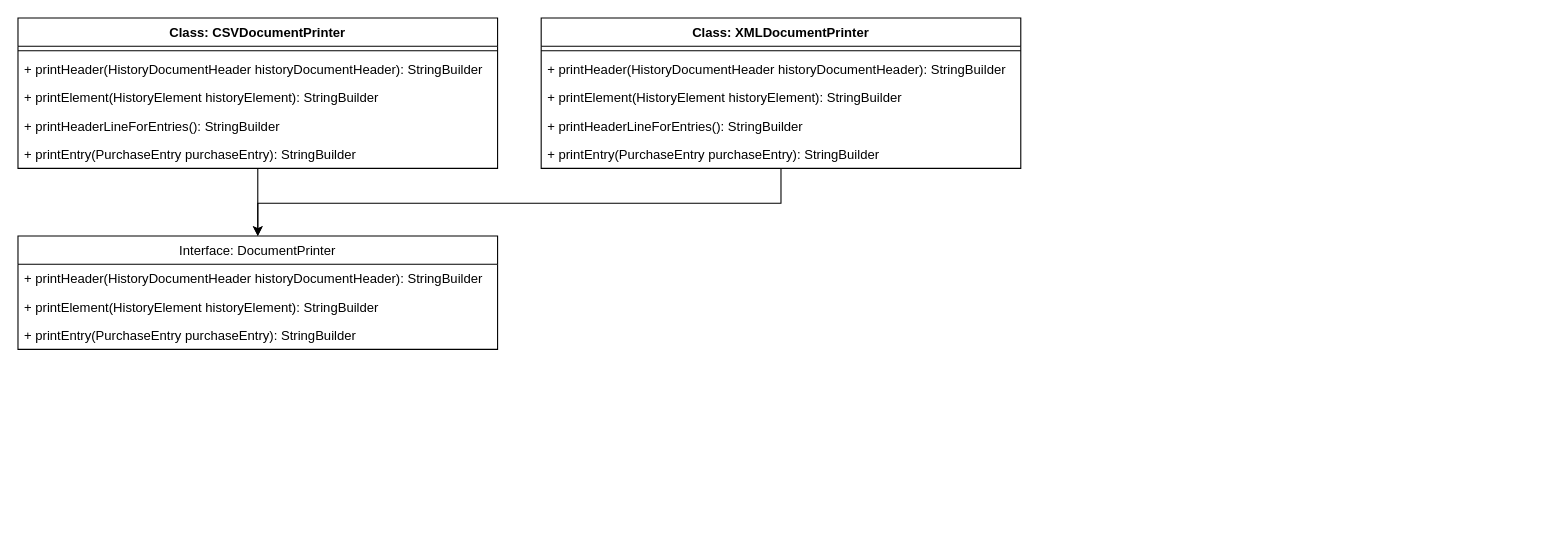
This is page "OCP-1" (4 of 15) of file/ASE_Diagramme.drawio from Nilsksk/Costtracker, a draw.io file, before an edit. Source tidied: cells renumbered, new cells numbered last; positions are measured from the earlier drawing's top-left corner, leaving out a move shared by most shapes. Both pictures are drawn from the tidied source at 109%, with x=0, y=0 at pixel (17, 17).
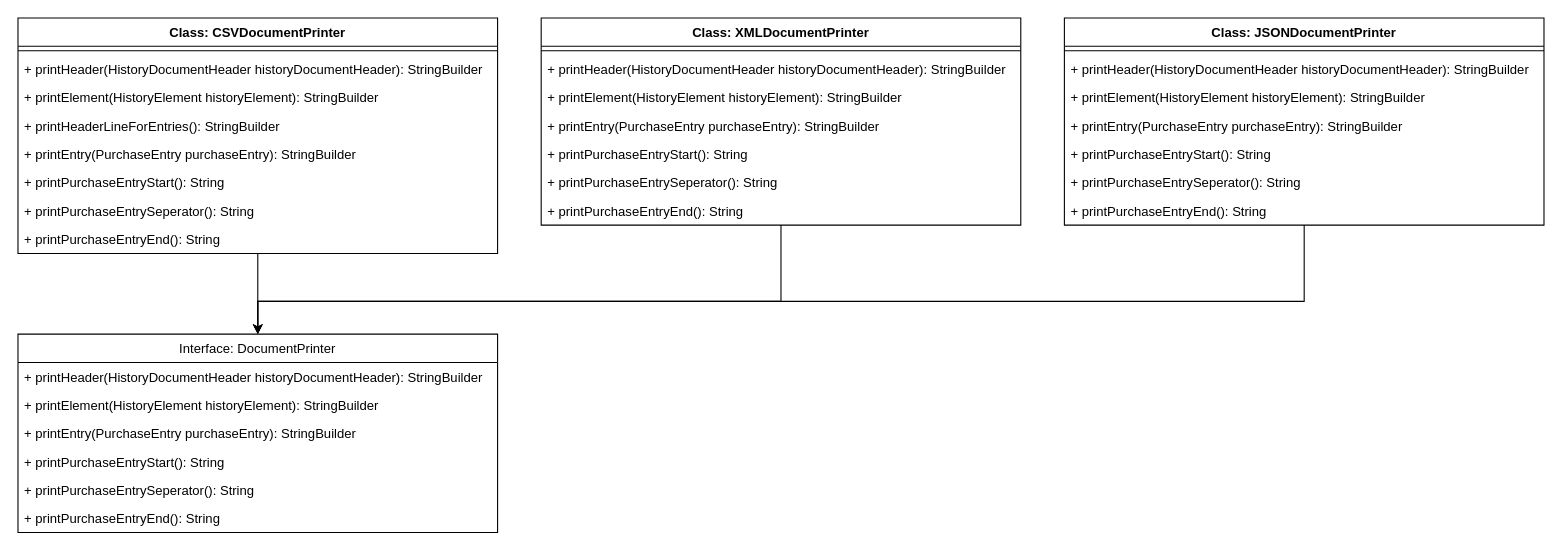
The same diagram, later.

The edit, as a diff of the source:
```diff
@@
     <mxCell id="3" value="Class: CSVDocumentPrinter" style="swimlane;fontStyle=1;align=center;verticalAlign=top;horizontal=1;startSize=26;" parent="1" vertex="1">
-      <mxGeometry width="440" height="138" as="geometry" />
+      <mxGeometry width="440" height="216" as="geometry" />
     </mxCell>
@@
+    <mxCell id="20" value="+ printPurchaseEntryStart(): String" style="text;strokeColor=none;fillColor=none;align=left;verticalAlign=top;spacingLeft=4;spacingRight=4;overflow=hidden;" parent="3" vertex="1">
+      <mxGeometry y="138" width="440" height="26" as="geometry" />
+    </mxCell>
+    <mxCell id="21" value="+ printPurchaseEntrySeperator(): String" style="text;strokeColor=none;fillColor=none;align=left;verticalAlign=top;spacingLeft=4;spacingRight=4;overflow=hidden;" parent="3" vertex="1">
+      <mxGeometry y="164" width="440" height="26" as="geometry" />
+    </mxCell>
+    <mxCell id="22" value="+ printPurchaseEntryEnd(): String" style="text;strokeColor=none;fillColor=none;align=left;verticalAlign=top;spacingLeft=4;spacingRight=4;overflow=hidden;" parent="3" vertex="1">
+      <mxGeometry y="190" width="440" height="26" as="geometry" />
+    </mxCell>
     <mxCell id="9" value="Interface: DocumentPrinter" style="swimlane;fontStyle=0;horizontal=1;startSize=26;fillColor=none;" parent="1" vertex="1">
-      <mxGeometry y="200" width="440" height="104" as="geometry" />
+      <mxGeometry y="290" width="440" height="182" as="geometry" />
     </mxCell>
@@
+    <mxCell id="23" value="+ printPurchaseEntryStart(): String" style="text;strokeColor=none;fillColor=none;align=left;verticalAlign=top;spacingLeft=4;spacingRight=4;overflow=hidden;" parent="9" vertex="1">
+      <mxGeometry y="104" width="440" height="26" as="geometry" />
+    </mxCell>
+    <mxCell id="24" value="+ printPurchaseEntrySeperator(): String" style="text;strokeColor=none;fillColor=none;align=left;verticalAlign=top;spacingLeft=4;spacingRight=4;overflow=hidden;" parent="9" vertex="1">
+      <mxGeometry y="130" width="440" height="26" as="geometry" />
+    </mxCell>
+    <mxCell id="25" value="+ printPurchaseEntryEnd(): String" style="text;strokeColor=none;fillColor=none;align=left;verticalAlign=top;spacingLeft=4;spacingRight=4;overflow=hidden;" parent="9" vertex="1">
+      <mxGeometry y="156" width="440" height="26" as="geometry" />
+    </mxCell>
     <mxCell id="13" style="edgeStyle=orthogonalEdgeStyle;rounded=0;jettySize=auto;html=1;entryX=0.5;entryY=0;entryDx=0;entryDy=0;" parent="1" edge="1" source="14" target="9">
       <mxGeometry relative="1" as="geometry">
         <Array as="points">
-          <mxPoint x="700" y="170" />
-          <mxPoint x="220" y="170" />
+          <mxPoint x="700" y="260" />
+          <mxPoint x="220" y="260" />
         </Array>
       </mxGeometry>
     </mxCell>
     <mxCell id="14" value="Class: XMLDocumentPrinter" style="swimlane;fontStyle=1;align=center;verticalAlign=top;horizontal=1;startSize=26;" parent="1" vertex="1">
-      <mxGeometry x="480" width="440" height="138" as="geometry" />
+      <mxGeometry x="480" width="440" height="190" as="geometry" />
     </mxCell>
@@
-    <mxCell id="18" value="+ printHeaderLineForEntries(): StringBuilder" style="text;strokeColor=none;fillColor=none;align=left;verticalAlign=top;spacingLeft=4;spacingRight=4;overflow=hidden;" parent="14" vertex="1">
-      <mxGeometry y="86" width="440" height="26" as="geometry" />
-    </mxCell>
     <mxCell id="19" value="+ printEntry(PurchaseEntry purchaseEntry): StringBuilder" style="text;strokeColor=none;fillColor=none;align=left;verticalAlign=top;spacingLeft=4;spacingRight=4;overflow=hidden;" parent="14" vertex="1">
-      <mxGeometry y="112" width="440" height="26" as="geometry" />
+      <mxGeometry y="86" width="440" height="26" as="geometry" />
     </mxCell>
+    <mxCell id="26" value="+ printPurchaseEntryStart(): String" style="text;strokeColor=none;fillColor=none;align=left;verticalAlign=top;spacingLeft=4;spacingRight=4;overflow=hidden;" parent="14" vertex="1">
+      <mxGeometry y="112" width="440" height="26" as="geometry" />
+    </mxCell>
+    <mxCell id="27" value="+ printPurchaseEntrySeperator(): String" style="text;strokeColor=none;fillColor=none;align=left;verticalAlign=top;spacingLeft=4;spacingRight=4;overflow=hidden;" parent="14" vertex="1">
+      <mxGeometry y="138" width="440" height="26" as="geometry" />
+    </mxCell>
+    <mxCell id="28" value="+ printPurchaseEntryEnd(): String" style="text;strokeColor=none;fillColor=none;align=left;verticalAlign=top;spacingLeft=4;spacingRight=4;overflow=hidden;" parent="14" vertex="1">
+      <mxGeometry y="164" width="440" height="26" as="geometry" />
+    </mxCell>
+    <mxCell id="29" style="edgeStyle=orthogonalEdgeStyle;rounded=0;jettySize=auto;html=1;entryX=0.5;entryY=0;entryDx=0;entryDy=0;" parent="1" edge="1" source="30" target="9">
+      <mxGeometry relative="1" as="geometry">
+        <Array as="points">
+          <mxPoint x="1180" y="260" />
+          <mxPoint x="220" y="260" />
+        </Array>
+      </mxGeometry>
+    </mxCell>
+    <mxCell id="30" value="Class: JSONDocumentPrinter" style="swimlane;fontStyle=1;align=center;verticalAlign=top;horizontal=1;startSize=26;" parent="1" vertex="1">
+      <mxGeometry x="960" width="440" height="190" as="geometry" />
+    </mxCell>
+    <mxCell id="31" style="line;strokeWidth=1;fillColor=none;align=left;verticalAlign=middle;spacingTop=-1;spacingLeft=3;spacingRight=3;labelPosition=right;" parent="30" vertex="1">
+      <mxGeometry y="26" width="440" height="8" as="geometry" />
+    </mxCell>
+    <mxCell id="32" value="+ printHeader(HistoryDocumentHeader historyDocumentHeader): StringBuilder" style="text;strokeColor=none;fillColor=none;align=left;verticalAlign=top;spacingLeft=4;spacingRight=4;overflow=hidden;" parent="30" vertex="1">
+      <mxGeometry y="34" width="440" height="26" as="geometry" />
+    </mxCell>
+    <mxCell id="33" value="+ printElement(HistoryElement historyElement): StringBuilder" style="text;strokeColor=none;fillColor=none;align=left;verticalAlign=top;spacingLeft=4;spacingRight=4;overflow=hidden;" parent="30" vertex="1">
+      <mxGeometry y="60" width="440" height="26" as="geometry" />
+    </mxCell>
+    <mxCell id="34" value="+ printEntry(PurchaseEntry purchaseEntry): StringBuilder" style="text;strokeColor=none;fillColor=none;align=left;verticalAlign=top;spacingLeft=4;spacingRight=4;overflow=hidden;" parent="30" vertex="1">
+      <mxGeometry y="86" width="440" height="26" as="geometry" />
+    </mxCell>
+    <mxCell id="35" value="+ printPurchaseEntryStart(): String" style="text;strokeColor=none;fillColor=none;align=left;verticalAlign=top;spacingLeft=4;spacingRight=4;overflow=hidden;" parent="30" vertex="1">
+      <mxGeometry y="112" width="440" height="26" as="geometry" />
+    </mxCell>
+    <mxCell id="36" value="+ printPurchaseEntrySeperator(): String" style="text;strokeColor=none;fillColor=none;align=left;verticalAlign=top;spacingLeft=4;spacingRight=4;overflow=hidden;" parent="30" vertex="1">
+      <mxGeometry y="138" width="440" height="26" as="geometry" />
+    </mxCell>
+    <mxCell id="37" value="+ printPurchaseEntryEnd(): String" style="text;strokeColor=none;fillColor=none;align=left;verticalAlign=top;spacingLeft=4;spacingRight=4;overflow=hidden;" parent="30" vertex="1">
+      <mxGeometry y="164" width="440" height="26" as="geometry" />
+    </mxCell>
```
